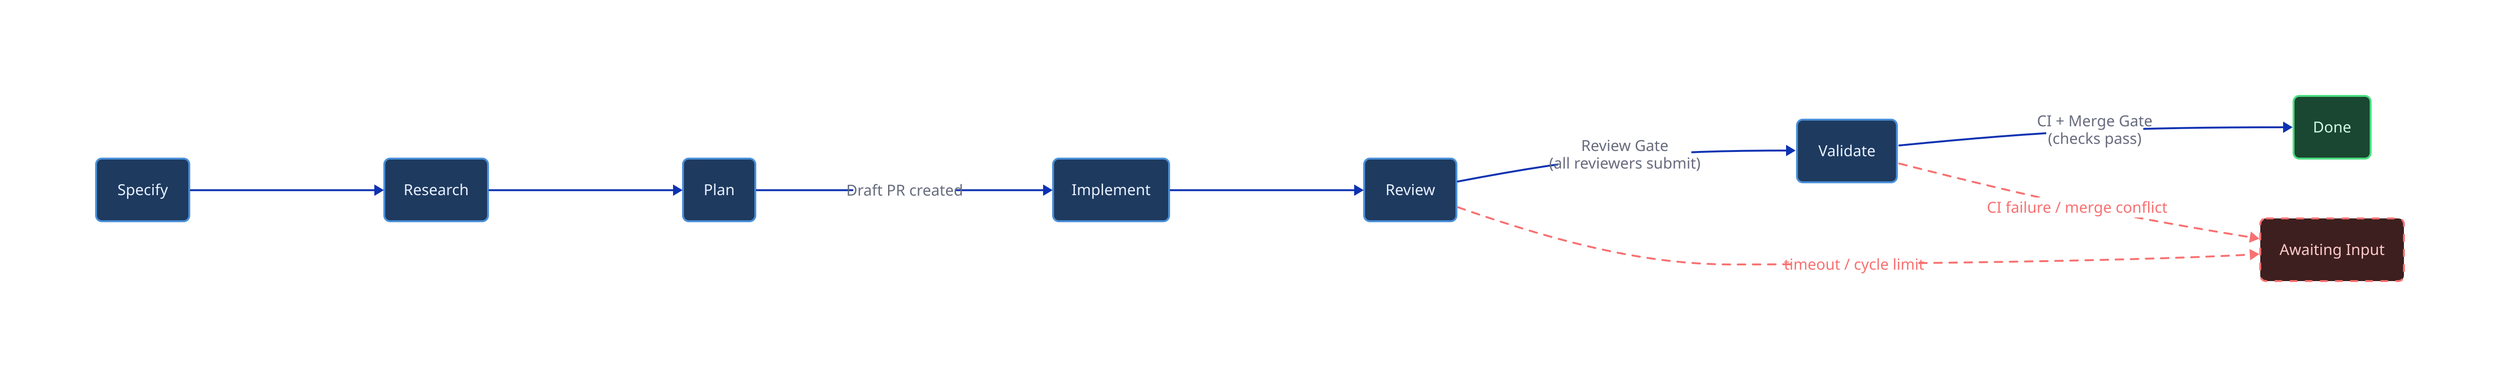
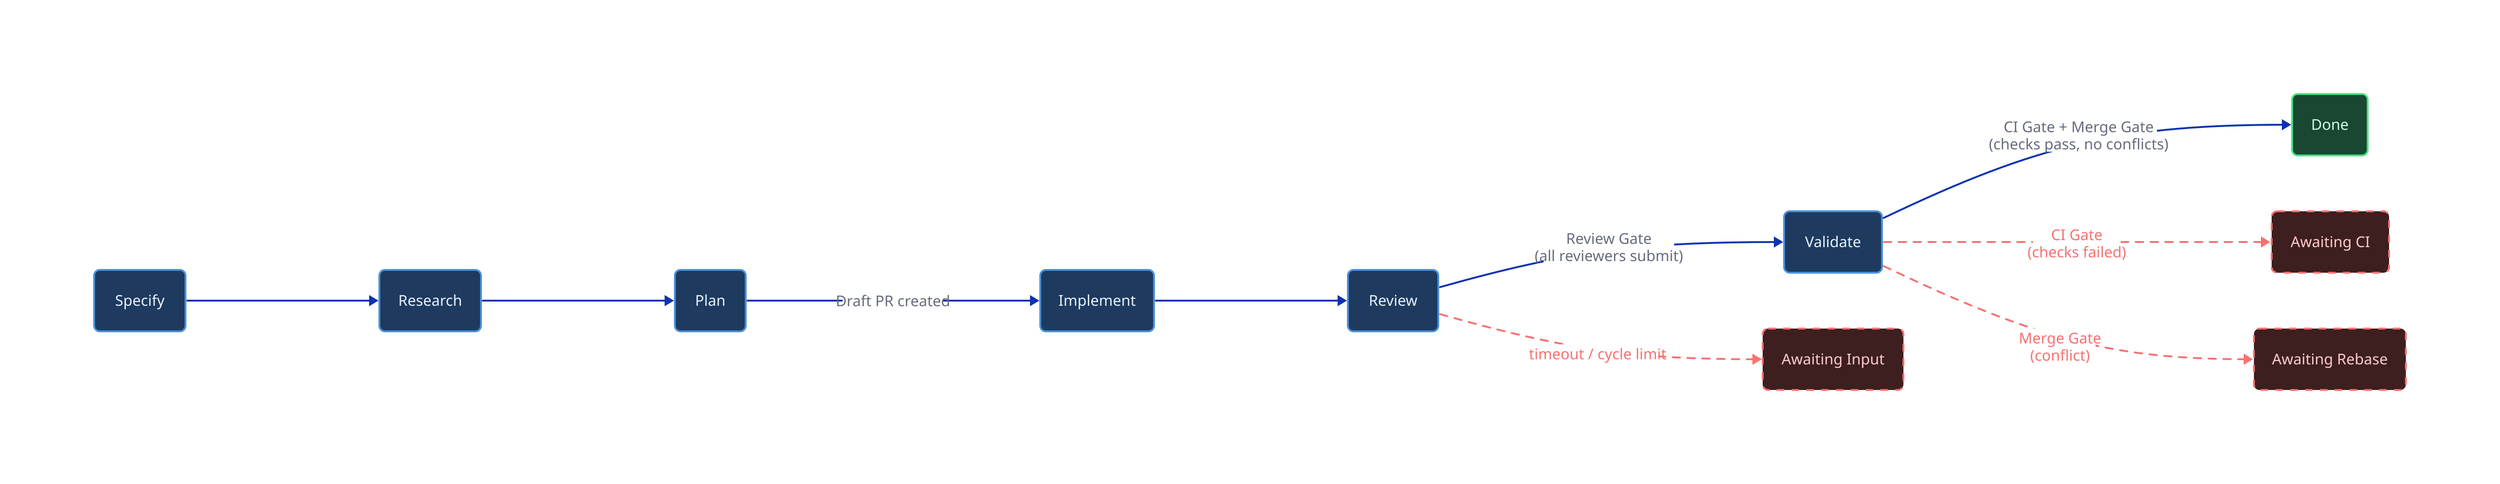
# Fabrik Issue Lifecycle — overview pipeline diagram
# Regenerate: cd docs/assets/diagrams && d2 lifecycle.d2 lifecycle.svg --theme=200

direction: right

# ---- Stage pipeline ----
Specify: Specify {
  shape: rectangle
  style: {
    fill: "#1e3a5f"
    stroke: "#4a90d9"
    font-color: "#e8f0fe"
    border-radius: 6
  }
}

Research: Research {
  shape: rectangle
  style: {
    fill: "#1e3a5f"
    stroke: "#4a90d9"
    font-color: "#e8f0fe"
    border-radius: 6
  }
}

Plan: Plan {
  shape: rectangle
  style: {
    fill: "#1e3a5f"
    stroke: "#4a90d9"
    font-color: "#e8f0fe"
    border-radius: 6
  }
}

Implement: Implement {
  shape: rectangle
  style: {
    fill: "#1e3a5f"
    stroke: "#4a90d9"
    font-color: "#e8f0fe"
    border-radius: 6
  }
}

Review: Review {
  shape: rectangle
  style: {
    fill: "#1e3a5f"
    stroke: "#4a90d9"
    font-color: "#e8f0fe"
    border-radius: 6
  }
}

Validate: Validate {
  shape: rectangle
  style: {
    fill: "#1e3a5f"
    stroke: "#4a90d9"
    font-color: "#e8f0fe"
    border-radius: 6
  }
}

Done: Done {
  shape: rectangle
  style: {
    fill: "#1a4731"
    stroke: "#4ade80"
    font-color: "#d1fae5"
    border-radius: 6
    bold: true
  }
}

# ---- Main flow ----
Specify -> Research
Research -> Plan
Plan -> Implement: "Draft PR created"
Implement -> Review
Review -> Validate: "Review Gate\n(all reviewers submit)"
- Validate -> Done: "CI + Merge Gate\n(checks pass)"
+ Validate -> Done: "CI Gate + Merge Gate\n(checks pass, no conflicts)"

# ---- Gate off-ramps ----
waiting: "Awaiting Input" {
+   shape: rectangle
+   style: {
+     fill: "#3d1f1f"
+     stroke: "#f87171"
+     font-color: "#fecaca"
+     border-radius: 6
+     stroke-dash: 4
+   }
+ }
+ 
+ awaiting-ci: "Awaiting CI" {
+   shape: rectangle
+   style: {
+     fill: "#3d1f1f"
+     stroke: "#f87171"
+     font-color: "#fecaca"
+     border-radius: 6
+     stroke-dash: 4
+   }
+ }
+ 
+ awaiting-rebase: "Awaiting Rebase" {
  shape: rectangle
  style: {
    fill: "#3d1f1f"
    stroke: "#f87171"
    font-color: "#fecaca"
    border-radius: 6
    stroke-dash: 4
  }
}

Review -> waiting: "timeout / cycle limit" {
  style: {
    stroke: "#f87171"
    stroke-dash: 4
    font-color: "#f87171"
  }
}
- Validate -> waiting: "CI failure / merge conflict" {
+ Validate -> awaiting-ci: "CI Gate\n(checks failed)" {
  style: {
    stroke: "#f87171"
    stroke-dash: 4
    font-color: "#f87171"
  }
}
+ Validate -> awaiting-rebase: "Merge Gate\n(conflict)" {
+   style: {
+     stroke: "#f87171"
+     stroke-dash: 4
+     font-color: "#f87171"
+   }
+ }
